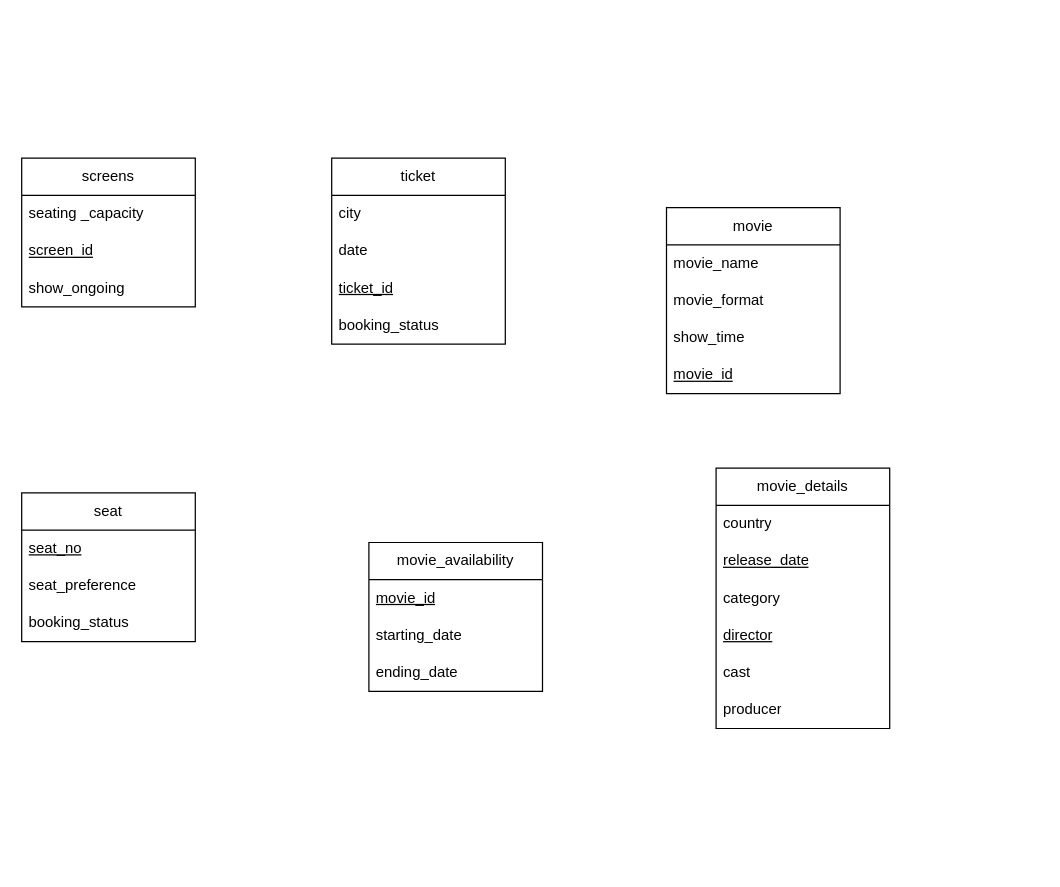
haris-hk/Database-ERD keeps this draw.io diagram as cinema.drawio. Above is the earlier version. Source tidied: cells renumbered, new cells numbered last; positions are measured from the earlier drawing's top-left corner, leaving out a move shared by most shapes. Both pictures are drawn from the tidied source at 124%, with x=0, y=0 at pixel (21, 157).
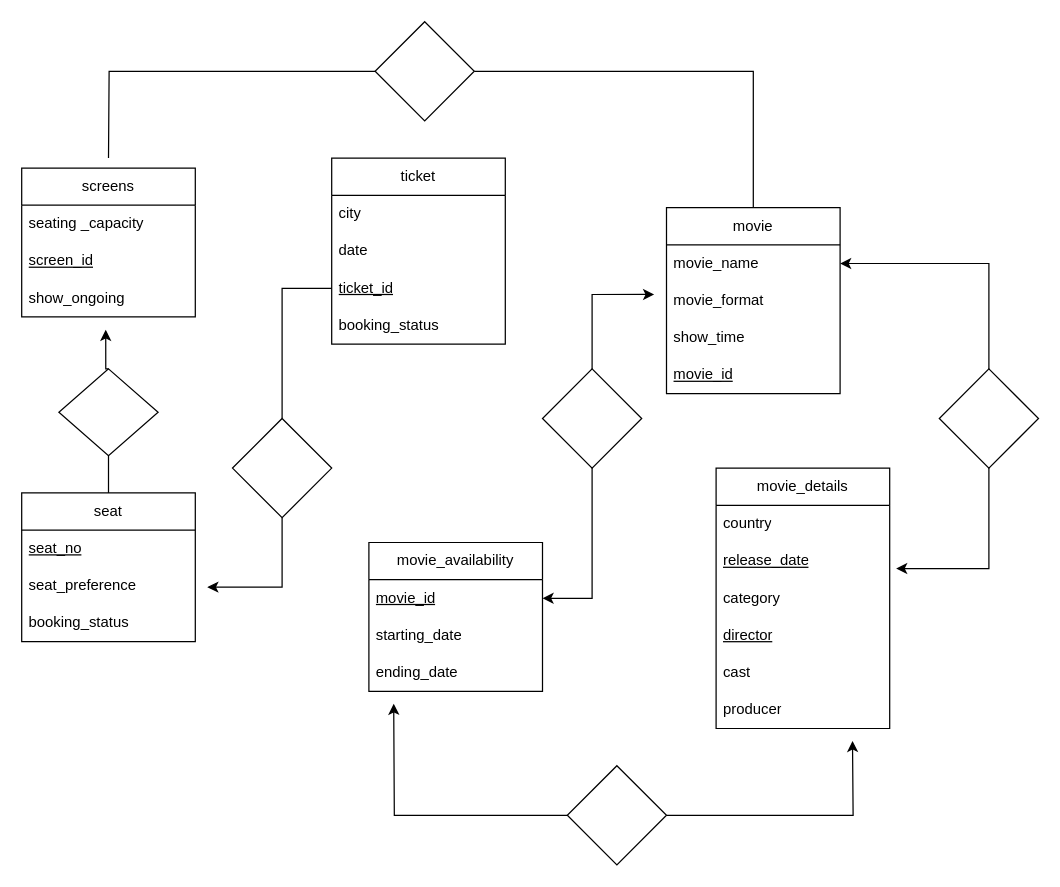
After the change.

The change refers to these unchanged cells:
```xml
<mxCell id="5" value="show_ongoing" style="text;strokeColor=none;fillColor=none;align=left;verticalAlign=middle;spacingLeft=4;spacingRight=4;overflow=hidden;points=[[0,0.5],[1,0.5]];portConstraint=eastwest;whiteSpace=wrap;html=1;" parent="2" vertex="1">
  <mxGeometry y="90" width="140" height="30" as="geometry" />
</mxCell>
<mxCell id="9" value="category" style="text;strokeColor=none;fillColor=none;align=left;verticalAlign=middle;spacingLeft=4;spacingRight=4;overflow=hidden;points=[[0,0.5],[1,0.5]];portConstraint=eastwest;whiteSpace=wrap;html=1;" parent="6" vertex="1">
  <mxGeometry y="90" width="140" height="30" as="geometry" />
</mxCell>
<mxCell id="13" value="seat" style="swimlane;fontStyle=0;horizontal=1;startSize=30;whiteSpace=wrap;html=1;" parent="1" vertex="1">
  <mxGeometry y="270" width="140" height="120" as="geometry" />
</mxCell>
<mxCell id="15" value="seat_preference" style="text;strokeColor=none;fillColor=none;align=left;verticalAlign=middle;spacingLeft=4;spacingRight=4;overflow=hidden;points=[[0,0.5],[1,0.5]];portConstraint=eastwest;whiteSpace=wrap;html=1;" parent="13" vertex="1">
  <mxGeometry y="60" width="140" height="30" as="geometry" />
</mxCell>
<mxCell id="17" value="movie" style="swimlane;fontStyle=0;horizontal=1;startSize=30;whiteSpace=wrap;html=1;" parent="1" vertex="1">
  <mxGeometry x="520" y="40" width="140" height="150" as="geometry" />
</mxCell>
<mxCell id="18" value="movie_name" style="text;strokeColor=none;fillColor=none;align=left;verticalAlign=middle;spacingLeft=4;spacingRight=4;overflow=hidden;points=[[0,0.5],[1,0.5]];portConstraint=eastwest;whiteSpace=wrap;html=1;" parent="17" vertex="1">
  <mxGeometry y="30" width="140" height="30" as="geometry" />
</mxCell>
<mxCell id="19" value="movie_format" style="text;strokeColor=none;fillColor=none;align=left;verticalAlign=middle;spacingLeft=4;spacingRight=4;overflow=hidden;points=[[0,0.5],[1,0.5]];portConstraint=eastwest;whiteSpace=wrap;html=1;" parent="17" vertex="1">
  <mxGeometry y="60" width="140" height="30" as="geometry" />
</mxCell>
<mxCell id="25" value="&lt;u&gt;ticket_id&lt;/u&gt;" style="text;strokeColor=none;fillColor=none;align=left;verticalAlign=middle;spacingLeft=4;spacingRight=4;overflow=hidden;points=[[0,0.5],[1,0.5]];portConstraint=eastwest;whiteSpace=wrap;html=1;" parent="22" vertex="1">
  <mxGeometry y="90" width="140" height="30" as="geometry" />
</mxCell>
<mxCell id="28" value="&lt;u&gt;movie_id&lt;/u&gt;" style="text;strokeColor=none;fillColor=none;align=left;verticalAlign=middle;spacingLeft=4;spacingRight=4;overflow=hidden;points=[[0,0.5],[1,0.5]];portConstraint=eastwest;whiteSpace=wrap;html=1;" parent="27" vertex="1">
  <mxGeometry y="30" width="140" height="30" as="geometry" />
</mxCell>
```

Change to the diagram source:
```diff
@@
     <mxCell id="2" value="screens" style="swimlane;fontStyle=0;horizontal=1;startSize=30;whiteSpace=wrap;html=1;" parent="1" vertex="1">
-      <mxGeometry width="140" height="120" as="geometry" />
+      <mxGeometry y="8" width="140" height="120" as="geometry" />
     </mxCell>
@@
+    <mxCell id="31" style="edgeStyle=orthogonalEdgeStyle;rounded=0;jettySize=auto;html=1;exitX=0.5;exitY=1;exitDx=0;exitDy=0;entryX=0.5;entryY=0;entryDx=0;entryDy=0;endArrow=none;endFill=0;" parent="1" edge="1" source="32" target="13">
+      <mxGeometry relative="1" as="geometry" />
+    </mxCell>
+    <mxCell id="32" style="rhombus;whiteSpace=wrap;html=1;" parent="1" vertex="1">
+      <mxGeometry x="30" y="170" width="80" height="70" as="geometry" />
+    </mxCell>
+    <mxCell id="33" style="edgeStyle=orthogonalEdgeStyle;rounded=0;jettySize=auto;html=1;exitX=0.5;exitY=0;exitDx=0;exitDy=0;entryX=0.484;entryY=1.346;entryDx=0;entryDy=0;entryPerimeter=0;endArrow=classic;endFill=1;" parent="1" edge="1" source="32" target="5">
+      <mxGeometry relative="1" as="geometry" />
+    </mxCell>
+    <mxCell id="34" style="edgeStyle=orthogonalEdgeStyle;rounded=0;jettySize=auto;html=1;exitX=0;exitY=0.5;exitDx=0;exitDy=0;endArrow=none;endFill=0;" parent="1" edge="1" source="36">
+      <mxGeometry relative="1" as="geometry">
+        <mxPoint x="70" as="targetPoint" />
+      </mxGeometry>
+    </mxCell>
+    <mxCell id="35" style="edgeStyle=orthogonalEdgeStyle;rounded=0;jettySize=auto;html=1;exitX=1;exitY=0.5;exitDx=0;exitDy=0;entryX=0.5;entryY=0;entryDx=0;entryDy=0;endArrow=none;endFill=0;" parent="1" edge="1" source="36" target="17">
+      <mxGeometry relative="1" as="geometry" />
+    </mxCell>
+    <mxCell id="36" style="rhombus;whiteSpace=wrap;html=1;" parent="1" vertex="1">
+      <mxGeometry x="285" y="-110" width="80" height="80" as="geometry" />
+    </mxCell>
+    <mxCell id="37" style="edgeStyle=orthogonalEdgeStyle;rounded=0;jettySize=auto;html=1;exitX=0.5;exitY=0;exitDx=0;exitDy=0;entryX=1;entryY=0.5;entryDx=0;entryDy=0;" parent="1" edge="1" source="38" target="18">
+      <mxGeometry relative="1" as="geometry" />
+    </mxCell>
+    <mxCell id="38" style="rhombus;whiteSpace=wrap;html=1;" parent="1" vertex="1">
+      <mxGeometry x="740" y="170" width="80" height="80" as="geometry" />
+    </mxCell>
+    <mxCell id="39" style="edgeStyle=orthogonalEdgeStyle;rounded=0;jettySize=auto;html=1;exitX=0.5;exitY=1;exitDx=0;exitDy=0;entryX=1.037;entryY=-0.3;entryDx=0;entryDy=0;entryPerimeter=0;" parent="1" edge="1" source="38" target="9">
+      <mxGeometry relative="1" as="geometry" />
+    </mxCell>
+    <mxCell id="40" style="edgeStyle=orthogonalEdgeStyle;rounded=0;jettySize=auto;html=1;exitX=0;exitY=0.5;exitDx=0;exitDy=0;" parent="1" edge="1" source="42">
+      <mxGeometry relative="1" as="geometry">
+        <mxPoint x="300" y="440" as="targetPoint" />
+      </mxGeometry>
+    </mxCell>
+    <mxCell id="41" style="edgeStyle=orthogonalEdgeStyle;rounded=0;jettySize=auto;html=1;exitX=1;exitY=0.5;exitDx=0;exitDy=0;" parent="1" edge="1" source="42">
+      <mxGeometry relative="1" as="geometry">
+        <mxPoint x="670" y="470" as="targetPoint" />
+      </mxGeometry>
+    </mxCell>
+    <mxCell id="42" style="rhombus;whiteSpace=wrap;html=1;" parent="1" vertex="1">
+      <mxGeometry x="440" y="490" width="80" height="80" as="geometry" />
+    </mxCell>
+    <mxCell id="43" style="edgeStyle=orthogonalEdgeStyle;rounded=0;jettySize=auto;html=1;exitX=0.5;exitY=0;exitDx=0;exitDy=0;entryX=0;entryY=0.5;entryDx=0;entryDy=0;endArrow=none;endFill=0;" parent="1" edge="1" source="44" target="25">
+      <mxGeometry relative="1" as="geometry" />
+    </mxCell>
+    <mxCell id="44" style="rhombus;whiteSpace=wrap;html=1;" parent="1" vertex="1">
+      <mxGeometry x="170" y="210" width="80" height="80" as="geometry" />
+    </mxCell>
+    <mxCell id="45" style="edgeStyle=orthogonalEdgeStyle;rounded=0;jettySize=auto;html=1;exitX=0.5;exitY=1;exitDx=0;exitDy=0;entryX=1.069;entryY=0.533;entryDx=0;entryDy=0;entryPerimeter=0;" parent="1" edge="1" source="44" target="15">
+      <mxGeometry relative="1" as="geometry" />
+    </mxCell>
+    <mxCell id="46" style="edgeStyle=orthogonalEdgeStyle;rounded=0;jettySize=auto;html=1;exitX=0.5;exitY=1;exitDx=0;exitDy=0;entryX=1;entryY=0.5;entryDx=0;entryDy=0;endArrow=classic;endFill=1;" parent="1" edge="1" source="47" target="28">
+      <mxGeometry relative="1" as="geometry" />
+    </mxCell>
+    <mxCell id="47" style="rhombus;whiteSpace=wrap;html=1;" parent="1" vertex="1">
+      <mxGeometry x="420" y="170" width="80" height="80" as="geometry" />
+    </mxCell>
+    <mxCell id="48" style="edgeStyle=orthogonalEdgeStyle;rounded=0;jettySize=auto;html=1;exitX=0.5;exitY=0;exitDx=0;exitDy=0;entryX=-0.071;entryY=0.333;entryDx=0;entryDy=0;entryPerimeter=0;" parent="1" edge="1" source="47" target="19">
+      <mxGeometry relative="1" as="geometry" />
+    </mxCell>
```
